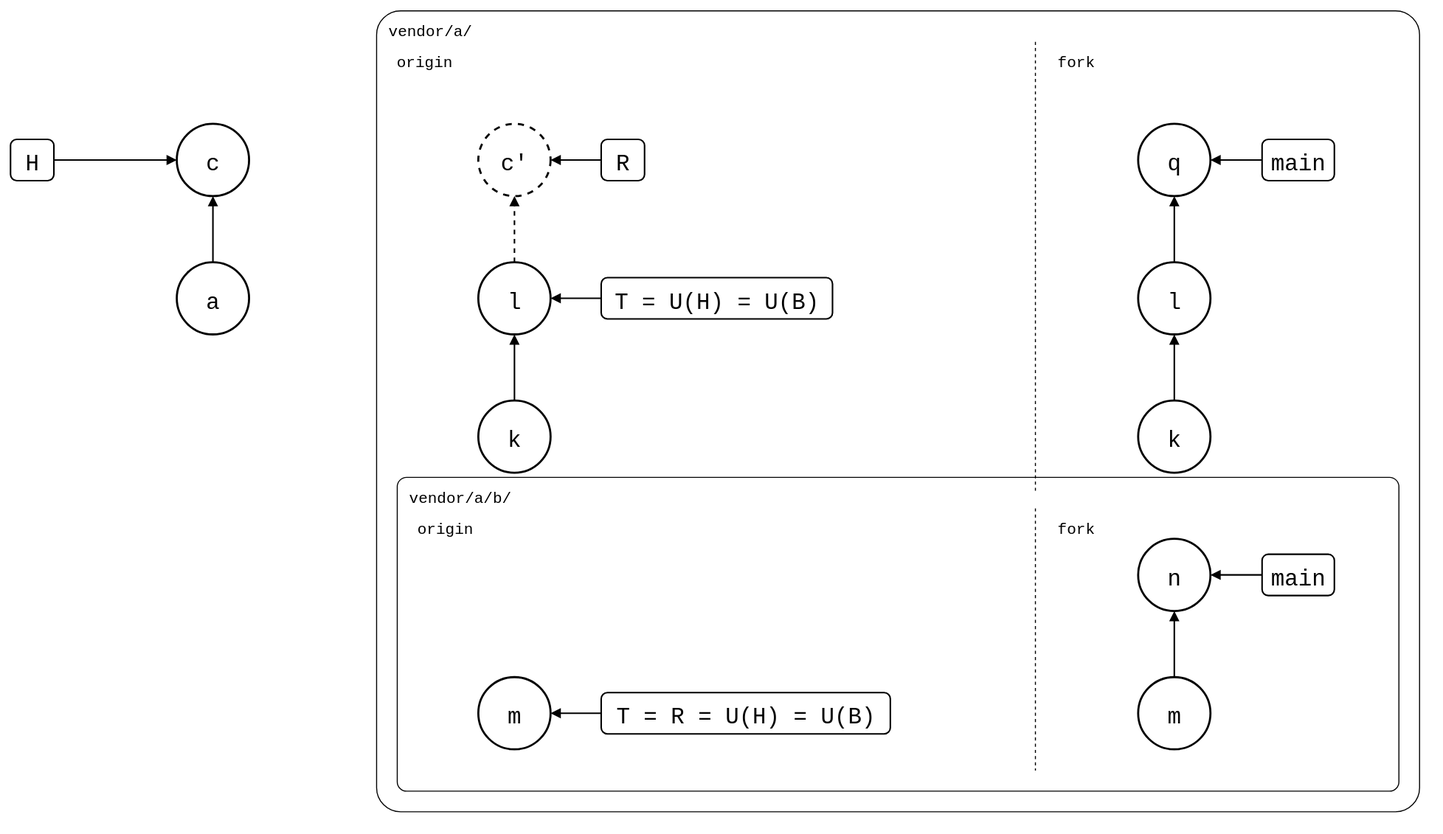
Earlier version of the draw.io export test/scenarios/05-nested-splices/01-nested-splices/01-outer-fork/same-name-below.drawio.svg (roschaefer/git-splice). Source tidied: cells renumbered, new cells last; positions are measured from the earlier drawing's top-left corner, leaving out a move shared by most shapes.
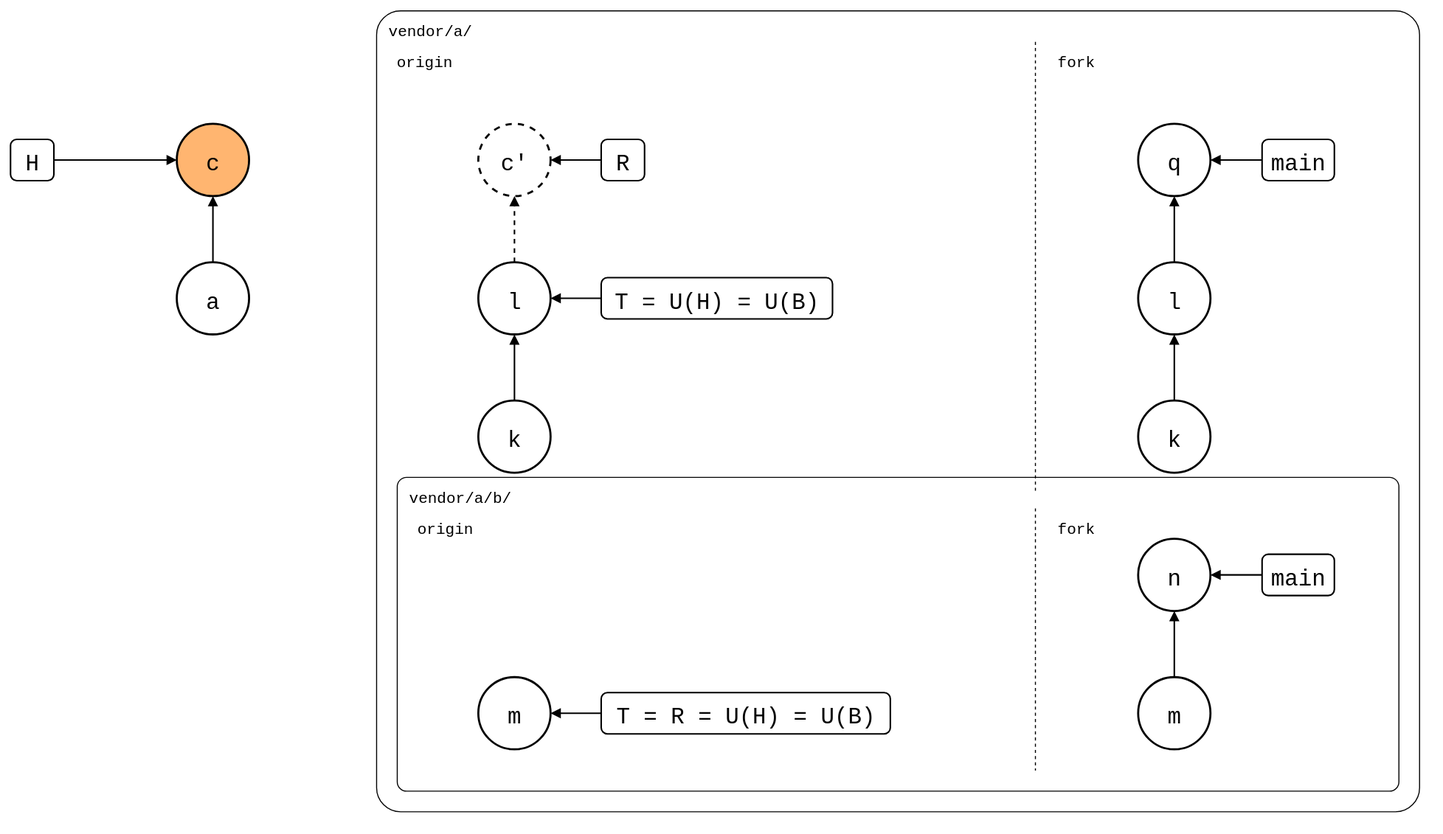
The same diagram one commit later.

The edit, as a diff of the source:
```diff
@@ -26,7 +26,7 @@
     <mxCell id="9" value="fork" style="text;fontSize=15;align=left;verticalAlign=top;fontFamily=Roboto Mono,monospace;" parent="1" vertex="1">
       <mxGeometry x="1012" y="486" width="120" height="24" as="geometry" />
     </mxCell>
-    <mxCell id="10" value="c" style="ellipse;strokeWidth=2;fontSize=22;fontFamily=Roboto Mono,monospace;" parent="1" vertex="1">
+    <mxCell id="10" value="c" style="ellipse;strokeWidth=2;fontSize=22;fontFamily=Roboto Mono,monospace;fillColor=#FFB570;" parent="1" vertex="1">
       <mxGeometry x="161" y="110" width="70" height="70" as="geometry" />
     </mxCell>
     <mxCell id="11" value="a" style="ellipse;strokeWidth=2;fontSize=22;fontFamily=Roboto Mono,monospace;" parent="1" vertex="1">
```
